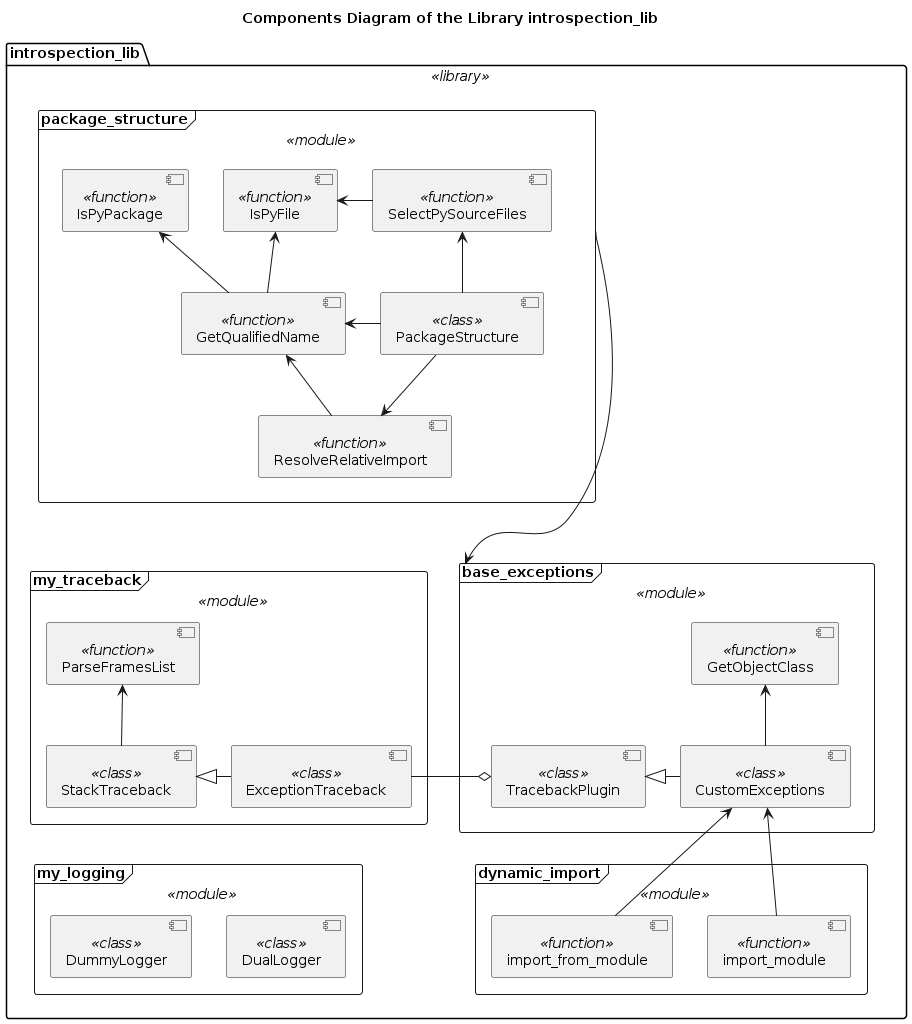
This is Documentation/UML/components.png from FooBarShebang/introspection_lib, a PlantUML export, as it was before one commit.
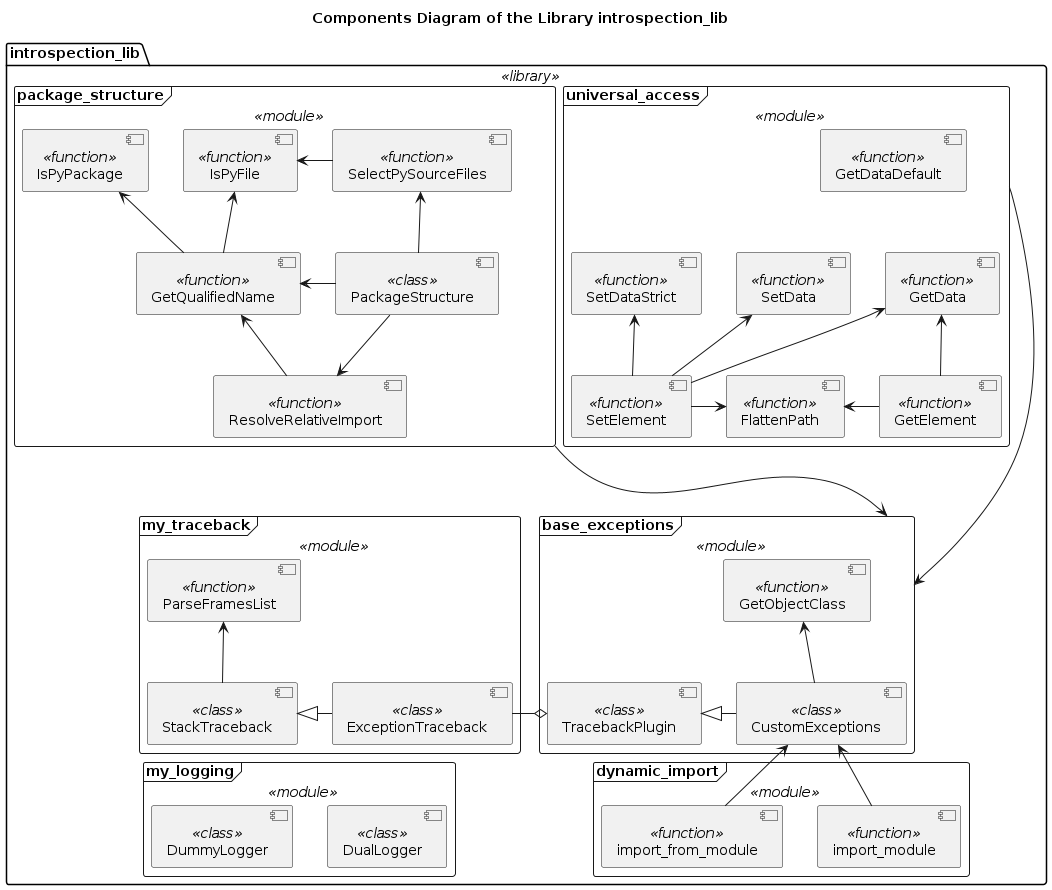
The same file after the commit.

What changed in the source:
```diff
@@ -7,6 +7,10 @@
 !endif
 
 $library(introspection_lib) {
+    !if $is_not_defined("$UNIVERSAL_ACCESS")
+        !include ./universal_access/universal_access_components.iuml
+    !endif
+
     !if $is_not_defined("$PACKAGE_STRUCTURE_COMPONENTS")
         !include ./package_structure/package_structure_components.iuml
     !endif
@@ -16,6 +20,8 @@
     !endif
 
     package_structure -----> base_exceptions
+
+    universal_access -----> base_exceptions
 
     !if $is_not_defined("$TRACEBACK_COMPONENTS")
         !include ./traceback/traceback_components.iuml
```
